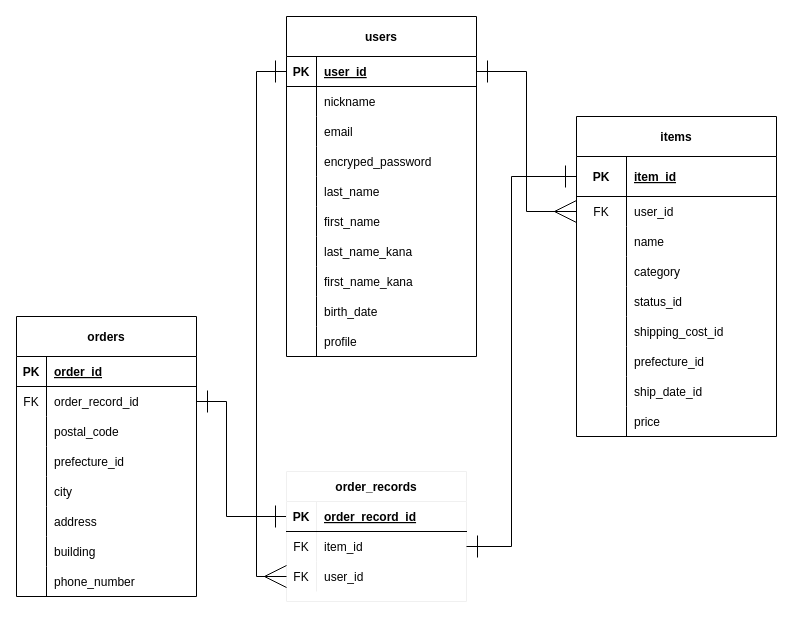
LIFE-enjoy/furima-35013 keeps this draw.io diagram as page "ER図" (1 of 2) of furima-35013.dio. Above is the earlier version. Source tidied: cells renumbered, new cells numbered last; positions are measured from the earlier drawing's top-left corner, leaving out a move shared by most shapes. Both pictures are drawn from the tidied source at 100%, with x=0, y=0 at pixel (16, 16).
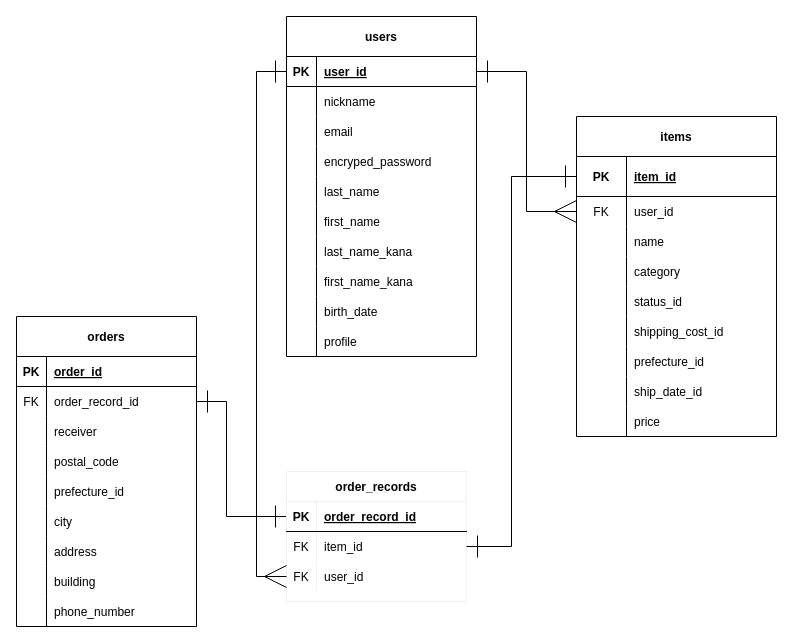
The same diagram, later.

What changed in the source:
```diff
@@
     <mxCell id="61" value="orders" style="shape=table;startSize=40;childLayout=tableLayout;rowLines=0;fontStyle=1;align=center;" parent="1" vertex="1">
-      <mxGeometry y="300" width="180" height="280" as="geometry" />
+      <mxGeometry y="300" width="180" height="310" as="geometry" />
     </mxCell>
@@
+    <mxCell id="100" style="shape=partialRectangle;fillColor=none;top=0;left=0;bottom=0;right=0;" parent="61" vertex="1">
+      <mxGeometry y="100" width="180" height="30" as="geometry" />
+    </mxCell>
+    <mxCell id="101" style="shape=partialRectangle;fillColor=none;top=0;left=0;bottom=0;right=0;overflow=hidden;" parent="100" vertex="1">
+      <mxGeometry width="30" height="30" as="geometry" />
+    </mxCell>
+    <mxCell id="102" value="receiver" style="shape=partialRectangle;fillColor=none;top=0;left=0;bottom=0;right=0;align=left;spacingLeft=6;overflow=hidden;" parent="100" vertex="1">
+      <mxGeometry x="30" width="150" height="30" as="geometry" />
+    </mxCell>
     <mxCell id="68" style="shape=partialRectangle;fillColor=none;top=0;left=0;bottom=0;right=0;" parent="61" vertex="1">
-      <mxGeometry y="100" width="180" height="30" as="geometry" />
+      <mxGeometry y="130" width="180" height="30" as="geometry" />
     </mxCell>
@@
     <mxCell id="71" style="shape=partialRectangle;fillColor=none;top=0;left=0;bottom=0;right=0;" parent="61" vertex="1">
-      <mxGeometry y="130" width="180" height="30" as="geometry" />
+      <mxGeometry y="160" width="180" height="30" as="geometry" />
     </mxCell>
@@
     <mxCell id="74" style="shape=partialRectangle;fillColor=none;top=0;left=0;bottom=0;right=0;" parent="61" vertex="1">
-      <mxGeometry y="160" width="180" height="30" as="geometry" />
+      <mxGeometry y="190" width="180" height="30" as="geometry" />
     </mxCell>
@@
     <mxCell id="77" style="shape=partialRectangle;fillColor=none;top=0;left=0;bottom=0;right=0;" parent="61" vertex="1">
-      <mxGeometry y="190" width="180" height="30" as="geometry" />
+      <mxGeometry y="220" width="180" height="30" as="geometry" />
     </mxCell>
@@
     <mxCell id="80" style="shape=partialRectangle;fillColor=none;top=0;left=0;bottom=0;right=0;" parent="61" vertex="1">
-      <mxGeometry y="220" width="180" height="30" as="geometry" />
+      <mxGeometry y="250" width="180" height="30" as="geometry" />
     </mxCell>
@@
     <mxCell id="83" style="shape=partialRectangle;fillColor=none;top=0;left=0;bottom=0;right=0;" parent="61" vertex="1">
-      <mxGeometry y="250" width="180" height="30" as="geometry" />
+      <mxGeometry y="280" width="180" height="30" as="geometry" />
     </mxCell>
```
